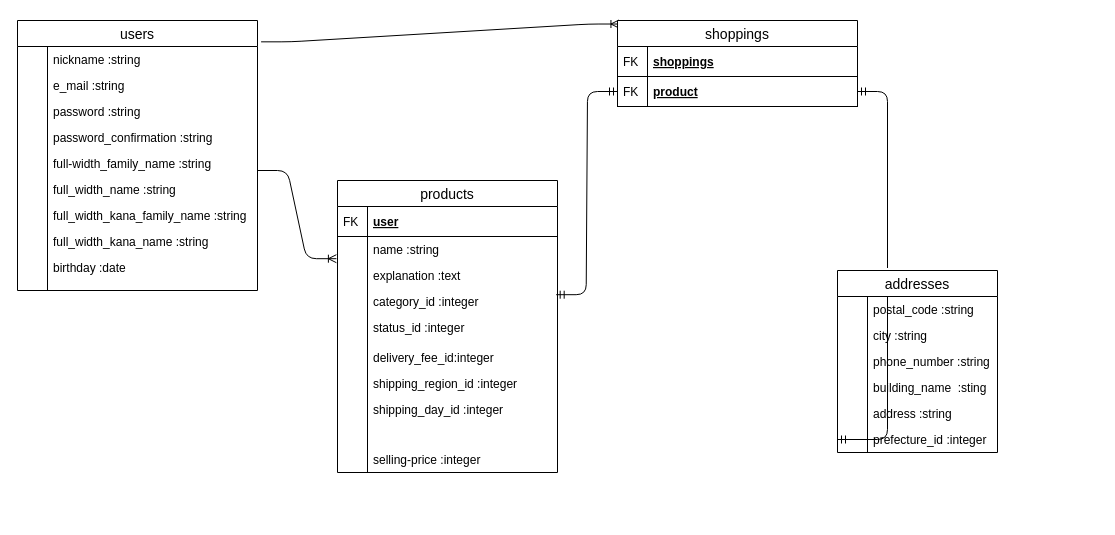
This is .drawio from fujikatatatsuki/furima-29233, a draw.io file, before an edit. Source tidied: cells renumbered, new cells numbered last; positions are measured from the earlier drawing's top-left corner, leaving out a move shared by most shapes. Both pictures are drawn from the tidied source at 100%, with x=0, y=0 at pixel (17, 20).
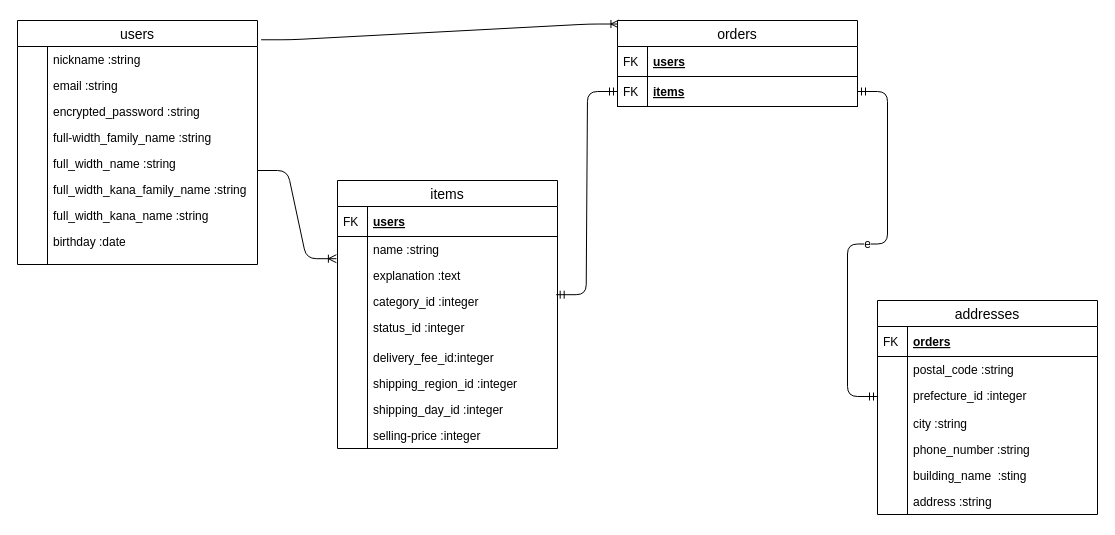
The same diagram, later.

What changed in the source:
```diff
@@
     <mxCell id="2" value="users" style="swimlane;fontStyle=0;horizontal=1;startSize=26;align=center;fontSize=14;" parent="1" vertex="1">
-      <mxGeometry width="240" height="270" as="geometry" />
+      <mxGeometry width="240" height="244" as="geometry" />
     </mxCell>
@@
-    <mxCell id="5" value="e_mail :string" style="shape=partialRectangle;top=0;left=0;right=0;bottom=0;align=left;verticalAlign=top;fillColor=none;spacingLeft=34;spacingRight=4;overflow=hidden;fontSize=12;" parent="2" vertex="1">
+    <mxCell id="5" value="email :string" style="shape=partialRectangle;top=0;left=0;right=0;bottom=0;align=left;verticalAlign=top;fillColor=none;spacingLeft=34;spacingRight=4;overflow=hidden;fontSize=12;" parent="2" vertex="1">
       <mxGeometry y="52" width="240" height="26" as="geometry" />
     </mxCell>
@@
-    <mxCell id="7" value="password :string" style="shape=partialRectangle;top=0;left=0;right=0;bottom=0;align=left;verticalAlign=top;fillColor=none;spacingLeft=34;spacingRight=4;overflow=hidden;fontSize=12;" parent="2" vertex="1">
+    <mxCell id="7" value="encrypted_password :string" style="shape=partialRectangle;top=0;left=0;right=0;bottom=0;align=left;verticalAlign=top;fillColor=none;spacingLeft=34;spacingRight=4;overflow=hidden;fontSize=12;" parent="2" vertex="1">
       <mxGeometry y="78" width="240" height="26" as="geometry" />
     </mxCell>
@@
-    <mxCell id="9" value="password_confirmation :string" style="shape=partialRectangle;top=0;left=0;right=0;bottom=0;align=left;verticalAlign=top;fillColor=none;spacingLeft=34;spacingRight=4;overflow=hidden;fontSize=12;" parent="2" vertex="1">
-      <mxGeometry y="104" width="240" height="26" as="geometry" />
-    </mxCell>
-    <mxCell id="10" style="shape=partialRectangle;top=0;left=0;bottom=0;fillColor=none;align=left;verticalAlign=top;spacingLeft=4;spacingRight=4;overflow=hidden;fontSize=12;" parent="9" vertex="1">
-      <mxGeometry width="30" height="26" as="geometry" />
-    </mxCell>
     <mxCell id="11" value="full-width_family_name :string" style="shape=partialRectangle;top=0;left=0;right=0;bottom=0;align=left;verticalAlign=top;fillColor=none;spacingLeft=34;spacingRight=4;overflow=hidden;fontSize=12;" parent="2" vertex="1">
-      <mxGeometry y="130" width="240" height="26" as="geometry" />
+      <mxGeometry y="104" width="240" height="26" as="geometry" />
     </mxCell>
@@
     <mxCell id="13" value="full_width_name :string" style="shape=partialRectangle;top=0;left=0;right=0;bottom=0;align=left;verticalAlign=top;fillColor=none;spacingLeft=34;spacingRight=4;overflow=hidden;fontSize=12;" parent="2" vertex="1">
-      <mxGeometry y="156" width="240" height="26" as="geometry" />
+      <mxGeometry y="130" width="240" height="26" as="geometry" />
     </mxCell>
@@
     <mxCell id="15" value="full_width_kana_family_name :string" style="shape=partialRectangle;top=0;left=0;right=0;bottom=0;align=left;verticalAlign=top;fillColor=none;spacingLeft=34;spacingRight=4;overflow=hidden;fontSize=12;" parent="2" vertex="1">
-      <mxGeometry y="182" width="240" height="26" as="geometry" />
+      <mxGeometry y="156" width="240" height="26" as="geometry" />
     </mxCell>
@@
     <mxCell id="17" value="full_width_kana_name :string" style="shape=partialRectangle;top=0;left=0;right=0;bottom=0;align=left;verticalAlign=top;fillColor=none;spacingLeft=34;spacingRight=4;overflow=hidden;fontSize=12;" parent="2" vertex="1">
-      <mxGeometry y="208" width="240" height="26" as="geometry" />
+      <mxGeometry y="182" width="240" height="26" as="geometry" />
     </mxCell>
@@
     <mxCell id="19" value="birthday :date" style="shape=partialRectangle;top=0;left=0;right=0;bottom=0;align=left;verticalAlign=top;fillColor=none;spacingLeft=34;spacingRight=4;overflow=hidden;fontSize=12;" parent="2" vertex="1">
-      <mxGeometry y="234" width="240" height="26" as="geometry" />
+      <mxGeometry y="208" width="240" height="26" as="geometry" />
     </mxCell>
@@
     <mxCell id="21" style="shape=partialRectangle;top=0;left=0;right=0;bottom=0;align=left;verticalAlign=top;fillColor=none;spacingLeft=34;spacingRight=4;overflow=hidden;fontSize=12;" parent="2" vertex="1">
-      <mxGeometry y="260" width="240" height="10" as="geometry" />
+      <mxGeometry y="234" width="240" height="10" as="geometry" />
     </mxCell>
@@
-    <mxCell id="26" value="shoppings" style="swimlane;fontStyle=0;horizontal=1;startSize=26;align=center;fontSize=14;" parent="1" vertex="1">
+    <mxCell id="26" value="orders" style="swimlane;fontStyle=0;horizontal=1;startSize=26;align=center;fontSize=14;" parent="1" vertex="1">
       <mxGeometry x="600" width="240" height="86" as="geometry" />
     </mxCell>
-    <mxCell id="27" value="shoppings" style="shape=partialRectangle;top=0;left=0;right=0;bottom=1;align=left;verticalAlign=middle;fillColor=none;spacingLeft=34;spacingRight=4;overflow=hidden;fontStyle=5;fontSize=12;" parent="26" vertex="1">
+    <mxCell id="27" value="users" style="shape=partialRectangle;top=0;left=0;right=0;bottom=1;align=left;verticalAlign=middle;fillColor=none;spacingLeft=34;spacingRight=4;overflow=hidden;fontStyle=5;fontSize=12;" parent="26" vertex="1">
       <mxGeometry y="26" width="240" height="30" as="geometry" />
     </mxCell>
@@
-    <mxCell id="29" value="product" style="shape=partialRectangle;top=0;left=0;right=0;bottom=1;align=left;verticalAlign=middle;fillColor=none;spacingLeft=34;spacingRight=4;overflow=hidden;points=[[0,0.5],[1,0.5]];portConstraint=eastwest;fontStyle=5;fontSize=12;" parent="26" vertex="1">
+    <mxCell id="29" value="items" style="shape=partialRectangle;top=0;left=0;right=0;bottom=1;align=left;verticalAlign=middle;fillColor=none;spacingLeft=34;spacingRight=4;overflow=hidden;points=[[0,0.5],[1,0.5]];portConstraint=eastwest;fontStyle=5;fontSize=12;" parent="26" vertex="1">
       <mxGeometry y="56" width="240" height="30" as="geometry" />
     </mxCell>
@@
-    <mxCell id="31" value="products" style="swimlane;fontStyle=0;horizontal=1;startSize=26;align=center;fontSize=14;" parent="1" vertex="1">
-      <mxGeometry x="320" y="160" width="220" height="292" as="geometry" />
+    <mxCell id="31" value="items" style="swimlane;fontStyle=0;horizontal=1;startSize=26;align=center;fontSize=14;" parent="1" vertex="1">
+      <mxGeometry x="320" y="160" width="220" height="268" as="geometry" />
     </mxCell>
-    <mxCell id="32" value="user" style="shape=partialRectangle;top=0;left=0;right=0;bottom=1;align=left;verticalAlign=middle;fillColor=none;spacingLeft=34;spacingRight=4;overflow=hidden;fontStyle=5;fontSize=12;" parent="31" vertex="1">
+    <mxCell id="32" value="users" style="shape=partialRectangle;top=0;left=0;right=0;bottom=1;align=left;verticalAlign=middle;fillColor=none;spacingLeft=34;spacingRight=4;overflow=hidden;fontStyle=5;fontSize=12;" parent="31" vertex="1">
       <mxGeometry y="26" width="220" height="30" as="geometry" />
     </mxCell>
@@
-    <mxCell id="48" style="shape=partialRectangle;top=0;left=0;right=0;bottom=0;align=left;verticalAlign=top;fillColor=none;spacingLeft=34;spacingRight=4;overflow=hidden;fontSize=12;" parent="31" vertex="1">
-      <mxGeometry y="242" width="220" height="24" as="geometry" />
-    </mxCell>
-    <mxCell id="49" style="shape=partialRectangle;top=0;left=0;bottom=0;fillColor=none;align=left;verticalAlign=top;spacingLeft=4;spacingRight=4;overflow=hidden;fontSize=12;" parent="48" vertex="1">
-      <mxGeometry width="30" height="24" as="geometry" />
-    </mxCell>
     <mxCell id="50" value="selling-price :integer" style="shape=partialRectangle;top=0;left=0;right=0;bottom=0;align=left;verticalAlign=top;fillColor=none;spacingLeft=34;spacingRight=4;overflow=hidden;fontSize=12;" parent="31" vertex="1">
-      <mxGeometry y="266" width="220" height="26" as="geometry" />
+      <mxGeometry y="242" width="220" height="26" as="geometry" />
     </mxCell>
@@
     <mxCell id="53" value="addresses" style="swimlane;fontStyle=0;horizontal=1;startSize=26;align=center;fontSize=14;" parent="1" vertex="1">
-      <mxGeometry x="820" y="250" width="160" height="182" as="geometry" />
+      <mxGeometry x="860" y="280" width="220" height="214" as="geometry" />
     </mxCell>
+    <mxCell id="66" value="orders" style="shape=partialRectangle;top=0;left=0;right=0;bottom=1;align=left;verticalAlign=middle;fillColor=none;spacingLeft=34;spacingRight=4;overflow=hidden;fontStyle=5;fontSize=12;" parent="53" vertex="1">
+      <mxGeometry y="26" width="220" height="30" as="geometry" />
+    </mxCell>
+    <mxCell id="67" value="FK" style="shape=partialRectangle;top=0;left=0;bottom=0;fillColor=none;align=left;verticalAlign=middle;spacingLeft=4;spacingRight=4;overflow=hidden;fontSize=12;" parent="66" vertex="1">
+      <mxGeometry width="30" height="30" as="geometry" />
+    </mxCell>
     <mxCell id="54" value="postal_code :string" style="shape=partialRectangle;top=0;left=0;right=0;bottom=0;align=left;verticalAlign=top;fillColor=none;spacingLeft=34;spacingRight=4;overflow=hidden;fontSize=12;" parent="53" vertex="1">
-      <mxGeometry y="26" width="160" height="26" as="geometry" />
+      <mxGeometry y="56" width="220" height="26" as="geometry" />
     </mxCell>
@@
+    <mxCell id="64" value="prefecture_id :integer" style="shape=partialRectangle;top=0;left=0;right=0;bottom=0;align=left;verticalAlign=top;fillColor=none;spacingLeft=34;spacingRight=4;overflow=hidden;points=[[0,0.5],[1,0.5]];portConstraint=eastwest;fontSize=12;" parent="53" vertex="1">
+      <mxGeometry y="82" width="220" height="28" as="geometry" />
+    </mxCell>
+    <mxCell id="65" style="shape=partialRectangle;top=0;left=0;bottom=0;fillColor=none;align=left;verticalAlign=top;spacingLeft=4;spacingRight=4;overflow=hidden;fontSize=12;" parent="64" vertex="1">
+      <mxGeometry width="30" height="28" as="geometry" />
+    </mxCell>
     <mxCell id="56" value="city :string" style="shape=partialRectangle;top=0;left=0;right=0;bottom=0;align=left;verticalAlign=top;fillColor=none;spacingLeft=34;spacingRight=4;overflow=hidden;fontSize=12;" parent="53" vertex="1">
-      <mxGeometry y="52" width="160" height="26" as="geometry" />
+      <mxGeometry y="110" width="220" height="26" as="geometry" />
     </mxCell>
@@
     <mxCell id="58" value="phone_number :string" style="shape=partialRectangle;top=0;left=0;right=0;bottom=0;align=left;verticalAlign=top;fillColor=none;spacingLeft=34;spacingRight=4;overflow=hidden;fontSize=12;" parent="53" vertex="1">
-      <mxGeometry y="78" width="160" height="26" as="geometry" />
+      <mxGeometry y="136" width="220" height="26" as="geometry" />
     </mxCell>
@@
     <mxCell id="60" value="building_name  :sting" style="shape=partialRectangle;top=0;left=0;right=0;bottom=0;align=left;verticalAlign=top;fillColor=none;spacingLeft=34;spacingRight=4;overflow=hidden;fontSize=12;" parent="53" vertex="1">
-      <mxGeometry y="104" width="160" height="26" as="geometry" />
+      <mxGeometry y="162" width="220" height="26" as="geometry" />
     </mxCell>
@@
     <mxCell id="62" value="address :string" style="shape=partialRectangle;top=0;left=0;right=0;bottom=0;align=left;verticalAlign=top;fillColor=none;spacingLeft=34;spacingRight=4;overflow=hidden;fontSize=12;" parent="53" vertex="1">
-      <mxGeometry y="130" width="160" height="26" as="geometry" />
+      <mxGeometry y="188" width="220" height="26" as="geometry" />
     </mxCell>
@@
-    <mxCell id="64" value="prefecture_id :integer" style="shape=partialRectangle;top=0;left=0;right=0;bottom=0;align=left;verticalAlign=top;fillColor=none;spacingLeft=34;spacingRight=4;overflow=hidden;points=[[0,0.5],[1,0.5]];portConstraint=eastwest;fontSize=12;" parent="53" vertex="1">
-      <mxGeometry y="156" width="160" height="26" as="geometry" />
-    </mxCell>
-    <mxCell id="65" style="shape=partialRectangle;top=0;left=0;bottom=0;fillColor=none;align=left;verticalAlign=top;spacingLeft=4;spacingRight=4;overflow=hidden;fontSize=12;" parent="64" vertex="1">
-      <mxGeometry width="30" height="26" as="geometry" />
-    </mxCell>
```
